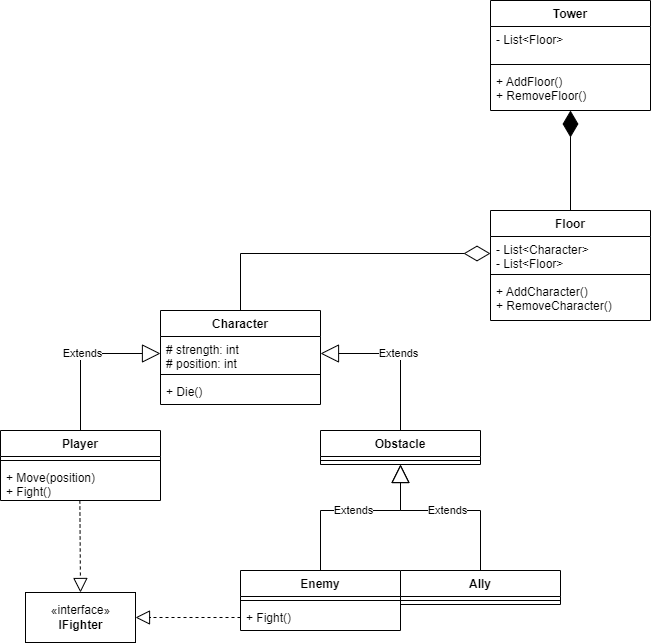
The draw.io diagram Diagramas de clase/Diagrama de clases BuildingsMaster.png in LilWiPiN/BuildingsMaster, before a commit. Source tidied: cells renumbered, new cells last; positions are measured from the earlier drawing's top-left corner, leaving out a move shared by most shapes. The source it was exported from:
```xml
<mxGraphModel>
  <root>
    <mxCell id="0" />
    <mxCell id="1" parent="0" />
    <mxCell id="2" value="Character" style="swimlane;fontStyle=1;align=center;verticalAlign=top;horizontal=1;startSize=26;" parent="1" vertex="1">
      <mxGeometry x="160" y="310" width="160" height="94" as="geometry" />
    </mxCell>
    <mxCell id="3" value="# strength: int&#10;# position: int" style="text;strokeColor=none;fillColor=none;align=left;verticalAlign=top;spacingLeft=4;spacingRight=4;overflow=hidden;points=[[0,0.5],[1,0.5]];portConstraint=eastwest;" parent="2" vertex="1">
      <mxGeometry y="26" width="160" height="34" as="geometry" />
    </mxCell>
    <mxCell id="4" style="line;strokeWidth=1;fillColor=none;align=left;verticalAlign=middle;spacingTop=-1;spacingLeft=3;spacingRight=3;labelPosition=right;strokeColor=inherit;" parent="2" vertex="1">
      <mxGeometry y="60" width="160" height="8" as="geometry" />
    </mxCell>
    <mxCell id="5" value="+ Die()" style="text;strokeColor=none;fillColor=none;align=left;verticalAlign=top;spacingLeft=4;spacingRight=4;overflow=hidden;" parent="2" vertex="1">
      <mxGeometry y="68" width="160" height="26" as="geometry" />
    </mxCell>
    <mxCell id="6" value="Enemy" style="swimlane;fontStyle=1;align=center;verticalAlign=top;horizontal=1;startSize=26;" parent="1" vertex="1">
      <mxGeometry x="240" y="570" width="160" height="60" as="geometry" />
    </mxCell>
    <mxCell id="7" style="line;strokeWidth=1;fillColor=none;align=left;verticalAlign=middle;spacingTop=-1;spacingLeft=3;spacingRight=3;labelPosition=right;strokeColor=inherit;" parent="6" vertex="1">
      <mxGeometry y="26" width="160" height="8" as="geometry" />
    </mxCell>
    <mxCell id="8" value="+ Fight()" style="text;strokeColor=none;fillColor=none;align=left;verticalAlign=top;spacingLeft=4;spacingRight=4;overflow=hidden;points=[[0,0.5],[1,0.5]];portConstraint=eastwest;" parent="6" vertex="1">
      <mxGeometry y="34" width="160" height="26" as="geometry" />
    </mxCell>
    <mxCell id="9" value="Player" style="swimlane;fontStyle=1;align=center;verticalAlign=top;horizontal=1;startSize=26;" parent="1" vertex="1">
      <mxGeometry y="430" width="160" height="70" as="geometry" />
    </mxCell>
    <mxCell id="10" style="line;strokeWidth=1;fillColor=none;align=left;verticalAlign=middle;spacingTop=-1;spacingLeft=3;spacingRight=3;labelPosition=right;strokeColor=inherit;" parent="9" vertex="1">
      <mxGeometry y="26" width="160" height="8" as="geometry" />
    </mxCell>
    <mxCell id="11" value="+ Move(position)&#10;+ Fight()" style="text;strokeColor=none;fillColor=none;align=left;verticalAlign=top;spacingLeft=4;spacingRight=4;overflow=hidden;points=[[0,0.5],[1,0.5]];portConstraint=eastwest;" parent="9" vertex="1">
      <mxGeometry y="34" width="160" height="36" as="geometry" />
    </mxCell>
    <mxCell id="12" value="Obstacle" style="swimlane;fontStyle=1;align=center;verticalAlign=top;horizontal=1;startSize=26;" parent="1" vertex="1">
      <mxGeometry x="320" y="430" width="160" height="34" as="geometry" />
    </mxCell>
    <mxCell id="13" style="line;strokeWidth=1;fillColor=none;align=left;verticalAlign=middle;spacingTop=-1;spacingLeft=3;spacingRight=3;labelPosition=right;strokeColor=inherit;" parent="12" vertex="1">
      <mxGeometry y="26" width="160" height="8" as="geometry" />
    </mxCell>
    <mxCell id="14" value="Ally" style="swimlane;fontStyle=1;align=center;verticalAlign=top;horizontal=1;startSize=26;" parent="1" vertex="1">
      <mxGeometry x="400" y="570" width="160" height="34" as="geometry" />
    </mxCell>
    <mxCell id="15" style="line;strokeWidth=1;fillColor=none;align=left;verticalAlign=middle;spacingTop=-1;spacingLeft=3;spacingRight=3;labelPosition=right;strokeColor=inherit;" parent="14" vertex="1">
      <mxGeometry y="26" width="160" height="8" as="geometry" />
    </mxCell>
    <mxCell id="16" value="Extends" style="endArrow=block;endSize=16;endFill=0;html=1;rounded=0;exitX=0.5;exitY=0;exitDx=0;exitDy=0;entryX=0;entryY=0.5;entryDx=0;entryDy=0;" parent="1" edge="1" source="9" target="3">
      <mxGeometry relative="1" as="geometry">
        <Array as="points">
          <mxPoint x="80" y="353" />
        </Array>
      </mxGeometry>
    </mxCell>
    <mxCell id="17" value="Extends" style="endArrow=block;endSize=16;endFill=0;html=1;rounded=0;entryX=0.5;entryY=1;entryDx=0;entryDy=0;exitX=0.5;exitY=0;exitDx=0;exitDy=0;" parent="1" edge="1" source="14" target="12">
      <mxGeometry relative="1" as="geometry">
        <Array as="points">
          <mxPoint x="480" y="510" />
          <mxPoint x="400" y="510" />
        </Array>
      </mxGeometry>
    </mxCell>
    <mxCell id="18" value="Extends" style="endArrow=block;endSize=16;endFill=0;html=1;rounded=0;exitX=0.5;exitY=0;exitDx=0;exitDy=0;entryX=0.5;entryY=1;entryDx=0;entryDy=0;" parent="1" edge="1" source="6" target="12">
      <mxGeometry relative="1" as="geometry">
        <Array as="points">
          <mxPoint x="320" y="510" />
          <mxPoint x="400" y="510" />
        </Array>
      </mxGeometry>
    </mxCell>
    <mxCell id="19" value="Extends" style="endArrow=block;endSize=16;endFill=0;html=1;rounded=0;exitX=0.5;exitY=0;exitDx=0;exitDy=0;entryX=1;entryY=0.5;entryDx=0;entryDy=0;" parent="1" edge="1" source="12" target="3">
      <mxGeometry relative="1" as="geometry">
        <Array as="points">
          <mxPoint x="400" y="353" />
        </Array>
      </mxGeometry>
    </mxCell>
    <mxCell id="20" value="«interface»&lt;br&gt;&lt;b&gt;IFighter&lt;/b&gt;" style="html=1;" parent="1" vertex="1">
      <mxGeometry x="25" y="592" width="110" height="50" as="geometry" />
    </mxCell>
    <mxCell id="21" style="endArrow=block;dashed=1;endFill=0;endSize=12;html=1;rounded=0;entryX=1;entryY=0.5;entryDx=0;entryDy=0;exitX=0;exitY=0.5;exitDx=0;exitDy=0;" parent="1" edge="1" source="8" target="20">
      <mxGeometry relative="1" as="geometry" />
    </mxCell>
    <mxCell id="22" style="endArrow=block;dashed=1;endFill=0;endSize=12;html=1;rounded=0;entryX=0.5;entryY=0;entryDx=0;entryDy=0;exitX=0.496;exitY=1;exitDx=0;exitDy=0;exitPerimeter=0;" parent="1" edge="1" source="11" target="20">
      <mxGeometry relative="1" as="geometry" />
    </mxCell>
    <mxCell id="23" style="endArrow=diamondThin;endFill=0;endSize=24;html=1;rounded=0;entryX=0;entryY=0.5;entryDx=0;entryDy=0;exitX=0.5;exitY=0;exitDx=0;exitDy=0;" parent="1" edge="1" source="2" target="26">
      <mxGeometry relative="1" as="geometry">
        <Array as="points">
          <mxPoint x="240" y="253" />
        </Array>
      </mxGeometry>
    </mxCell>
    <mxCell id="24" style="endArrow=diamondThin;endFill=1;endSize=24;html=1;rounded=0;exitX=0.5;exitY=0;exitDx=0;exitDy=0;entryX=0.5;entryY=1;entryDx=0;entryDy=0;entryPerimeter=0;" parent="1" edge="1" source="25" target="32">
      <mxGeometry relative="1" as="geometry" />
    </mxCell>
    <mxCell id="25" value="Floor" style="swimlane;fontStyle=1;align=center;verticalAlign=top;horizontal=1;startSize=26;" parent="1" vertex="1">
      <mxGeometry x="490" y="210" width="160" height="110" as="geometry" />
    </mxCell>
    <mxCell id="26" value="- List&lt;Character&gt;&#10;- List&lt;Floor&gt;" style="text;strokeColor=none;fillColor=none;align=left;verticalAlign=top;spacingLeft=4;spacingRight=4;overflow=hidden;points=[[0,0.5],[1,0.5]];portConstraint=eastwest;" parent="25" vertex="1">
      <mxGeometry y="26" width="160" height="34" as="geometry" />
    </mxCell>
    <mxCell id="27" style="line;strokeWidth=1;fillColor=none;align=left;verticalAlign=middle;spacingTop=-1;spacingLeft=3;spacingRight=3;labelPosition=right;strokeColor=inherit;" parent="25" vertex="1">
      <mxGeometry y="60" width="160" height="8" as="geometry" />
    </mxCell>
    <mxCell id="28" value="+ AddCharacter()&#10;+ RemoveCharacter()" style="text;strokeColor=none;fillColor=none;align=left;verticalAlign=top;spacingLeft=4;spacingRight=4;overflow=hidden;" parent="25" vertex="1">
      <mxGeometry y="68" width="160" height="42" as="geometry" />
    </mxCell>
    <mxCell id="29" value="Tower" style="swimlane;fontStyle=1;align=center;verticalAlign=top;horizontal=1;startSize=26;" parent="1" vertex="1">
      <mxGeometry x="490" width="160" height="110" as="geometry" />
    </mxCell>
    <mxCell id="30" value="- List&lt;Floor&gt;" style="text;strokeColor=none;fillColor=none;align=left;verticalAlign=top;spacingLeft=4;spacingRight=4;overflow=hidden;" parent="29" vertex="1">
      <mxGeometry y="26" width="160" height="34" as="geometry" />
    </mxCell>
    <mxCell id="31" style="line;strokeWidth=1;fillColor=none;align=left;verticalAlign=middle;spacingTop=-1;spacingLeft=3;spacingRight=3;labelPosition=right;strokeColor=inherit;" parent="29" vertex="1">
      <mxGeometry y="60" width="160" height="8" as="geometry" />
    </mxCell>
    <mxCell id="32" value="+ AddFloor()&#10;+ RemoveFloor()" style="text;strokeColor=none;fillColor=none;align=left;verticalAlign=top;spacingLeft=4;spacingRight=4;overflow=hidden;points=[[0,0.5],[1,0.5]];portConstraint=eastwest;" parent="29" vertex="1">
      <mxGeometry y="68" width="160" height="42" as="geometry" />
    </mxCell>
  </root>
</mxGraphModel>
```
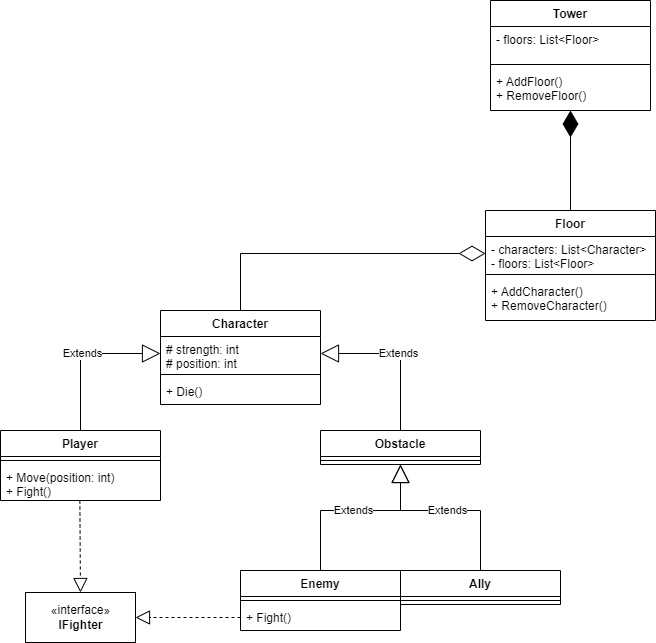
After the commit.

What changed in the source:
```diff
@@ -29,7 +29,7 @@
     <mxCell id="10" style="line;strokeWidth=1;fillColor=none;align=left;verticalAlign=middle;spacingTop=-1;spacingLeft=3;spacingRight=3;labelPosition=right;strokeColor=inherit;" parent="9" vertex="1">
       <mxGeometry y="26" width="160" height="8" as="geometry" />
     </mxCell>
-    <mxCell id="11" value="+ Move(position)&#10;+ Fight()" style="text;strokeColor=none;fillColor=none;align=left;verticalAlign=top;spacingLeft=4;spacingRight=4;overflow=hidden;points=[[0,0.5],[1,0.5]];portConstraint=eastwest;" parent="9" vertex="1">
+    <mxCell id="11" value="+ Move(position: int)&#10;+ Fight()" style="text;strokeColor=none;fillColor=none;align=left;verticalAlign=top;spacingLeft=4;spacingRight=4;overflow=hidden;points=[[0,0.5],[1,0.5]];portConstraint=eastwest;" parent="9" vertex="1">
       <mxGeometry y="34" width="160" height="36" as="geometry" />
     </mxCell>
     <mxCell id="12" value="Obstacle" style="swimlane;fontStyle=1;align=center;verticalAlign=top;horizontal=1;startSize=26;" parent="1" vertex="1">
@@ -94,21 +94,21 @@
       <mxGeometry relative="1" as="geometry" />
     </mxCell>
     <mxCell id="25" value="Floor" style="swimlane;fontStyle=1;align=center;verticalAlign=top;horizontal=1;startSize=26;" parent="1" vertex="1">
-      <mxGeometry x="490" y="210" width="160" height="110" as="geometry" />
+      <mxGeometry x="485" y="210" width="170" height="110" as="geometry" />
     </mxCell>
-    <mxCell id="26" value="- List&lt;Character&gt;&#10;- List&lt;Floor&gt;" style="text;strokeColor=none;fillColor=none;align=left;verticalAlign=top;spacingLeft=4;spacingRight=4;overflow=hidden;points=[[0,0.5],[1,0.5]];portConstraint=eastwest;" parent="25" vertex="1">
-      <mxGeometry y="26" width="160" height="34" as="geometry" />
+    <mxCell id="26" value="- characters: List&lt;Character&gt;&#10;- floors: List&lt;Floor&gt;" style="text;strokeColor=none;fillColor=none;align=left;verticalAlign=top;spacingLeft=4;spacingRight=4;overflow=hidden;points=[[0,0.5],[1,0.5]];portConstraint=eastwest;" parent="25" vertex="1">
+      <mxGeometry y="26" width="170" height="34" as="geometry" />
     </mxCell>
     <mxCell id="27" style="line;strokeWidth=1;fillColor=none;align=left;verticalAlign=middle;spacingTop=-1;spacingLeft=3;spacingRight=3;labelPosition=right;strokeColor=inherit;" parent="25" vertex="1">
-      <mxGeometry y="60" width="160" height="8" as="geometry" />
+      <mxGeometry y="60" width="170" height="8" as="geometry" />
     </mxCell>
     <mxCell id="28" value="+ AddCharacter()&#10;+ RemoveCharacter()" style="text;strokeColor=none;fillColor=none;align=left;verticalAlign=top;spacingLeft=4;spacingRight=4;overflow=hidden;" parent="25" vertex="1">
-      <mxGeometry y="68" width="160" height="42" as="geometry" />
+      <mxGeometry y="68" width="170" height="42" as="geometry" />
     </mxCell>
     <mxCell id="29" value="Tower" style="swimlane;fontStyle=1;align=center;verticalAlign=top;horizontal=1;startSize=26;" parent="1" vertex="1">
       <mxGeometry x="490" width="160" height="110" as="geometry" />
     </mxCell>
-    <mxCell id="30" value="- List&lt;Floor&gt;" style="text;strokeColor=none;fillColor=none;align=left;verticalAlign=top;spacingLeft=4;spacingRight=4;overflow=hidden;" parent="29" vertex="1">
+    <mxCell id="30" value="- floors: List&lt;Floor&gt;" style="text;strokeColor=none;fillColor=none;align=left;verticalAlign=top;spacingLeft=4;spacingRight=4;overflow=hidden;" parent="29" vertex="1">
       <mxGeometry y="26" width="160" height="34" as="geometry" />
     </mxCell>
     <mxCell id="31" style="line;strokeWidth=1;fillColor=none;align=left;verticalAlign=middle;spacingTop=-1;spacingLeft=3;spacingRight=3;labelPosition=right;strokeColor=inherit;" parent="29" vertex="1">
```
